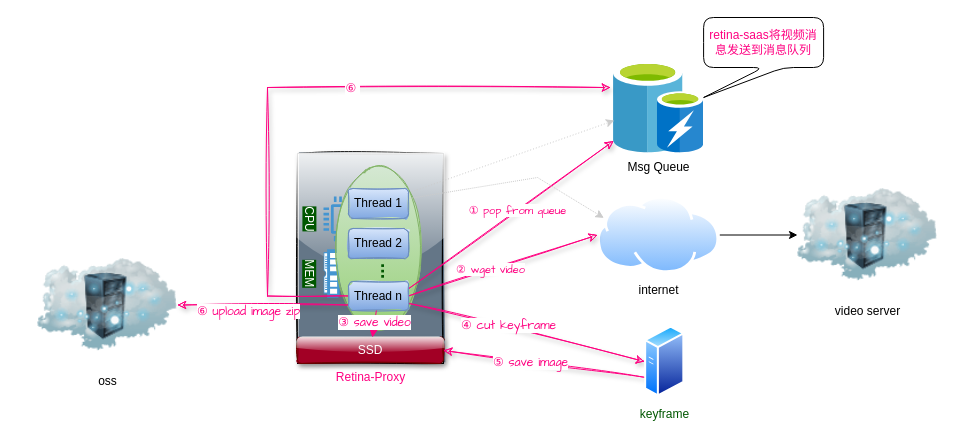
Before: page "第 1 页" (1 of 2) of retina-proxy问题.drawio in FataliBud/draw.io, a draw.io diagram. Source tidied: cells renumbered, new cells numbered last; positions are measured from the earlier drawing's top-left corner, leaving out a move shared by most shapes. Both pictures are drawn from the tidied source at 100%, with x=0, y=0 at pixel (37, 17).
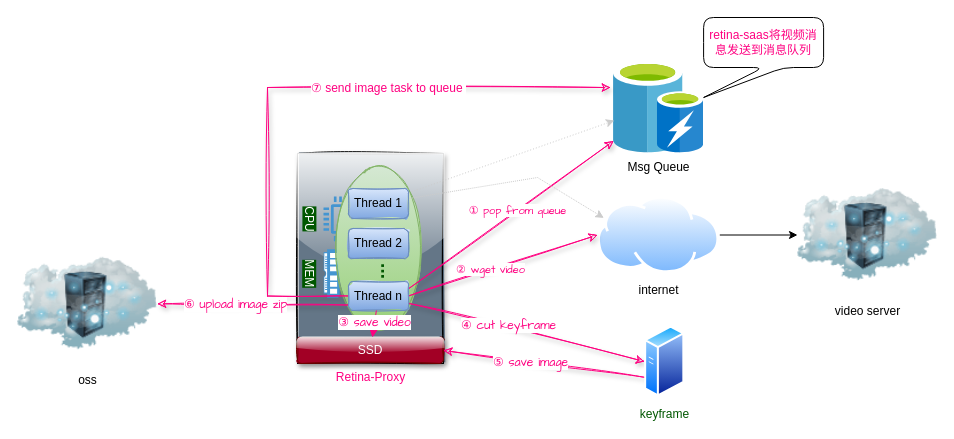
The same page after the edit.

The change refers to these unchanged cells:
```xml
<mxCell id="20" style="edgeStyle=orthogonalEdgeStyle;rounded=0;jettySize=auto;html=1;labelBackgroundColor=#ffffff;strokeColor=#FF0080;fontSize=12;fontColor=#FF0080;align=center;sketch=1;shadow=1;" parent="1" edge="1" source="24">
  <mxGeometry relative="1" as="geometry">
    <mxPoint x="573" y="70" as="targetPoint" />
    <Array as="points">
      <mxPoint x="230" y="279" />
      <mxPoint x="230" y="70" />
    </Array>
  </mxGeometry>
</mxCell>
```

Diff of the diagram source:
```diff
@@
-    <mxCell id="21" value="⑥&amp;nbsp;" style="edgeLabel;html=1;align=center;verticalAlign=middle;fontSize=12;fontColor=#FF0080;" parent="20" vertex="1">
+    <mxCell id="21" value="⑦ send image task to queue&amp;nbsp;" style="edgeLabel;html=1;align=center;verticalAlign=middle;fontSize=12;fontColor=#FF0080;" parent="20" vertex="1">
       <mxGeometry x="0.18" relative="1" as="geometry">
-        <mxPoint x="1" as="offset" />
+        <mxPoint x="36.5" as="offset" />
       </mxGeometry>
     </mxCell>
-    <mxCell id="22" style="edgeStyle=orthogonalEdgeStyle;rounded=0;orthogonalLoop=1;jettySize=auto;html=1;labelBackgroundColor=#ffffff;strokeColor=#FF0080;fontSize=12;fontColor=#FF0080;align=center;sketch=1;shadow=1;" parent="1" edge="1">
+    <mxCell id="22" style="edgeStyle=orthogonalEdgeStyle;rounded=0;jettySize=auto;html=1;labelBackgroundColor=#ffffff;strokeColor=#FF0080;fontSize=12;fontColor=#FF0080;align=center;sketch=1;shadow=1;entryX=1;entryY=0.5;entryDx=0;entryDy=0;" parent="1" edge="1" target="33">
       <mxGeometry relative="1" as="geometry">
         <mxPoint x="311" y="287.5" as="sourcePoint" />
-        <mxPoint x="140" y="287.5" as="targetPoint" />
       </mxGeometry>
     </mxCell>
     <mxCell id="23" value="&lt;font face=&quot;Comic Sans MS&quot;&gt;⑥ upload image zip&lt;/font&gt;" style="edgeLabel;html=1;align=center;verticalAlign=middle;fontSize=12;fontColor=#FF0080;" parent="22" vertex="1">
       <mxGeometry x="0.32" relative="1" as="geometry">
-        <mxPoint x="12" y="5.5" as="offset" />
+        <mxPoint x="12" as="offset" />
       </mxGeometry>
     </mxCell>
@@
     <mxCell id="33" value="oss" style="image;html=1;image=img/lib/clip_art/networking/Cloud_Rack_128x128.png;" parent="1" vertex="1">
-      <mxGeometry y="225" width="140" height="125" as="geometry" />
+      <mxGeometry x="-20" y="223.8" width="140" height="125" as="geometry" />
     </mxCell>
```
